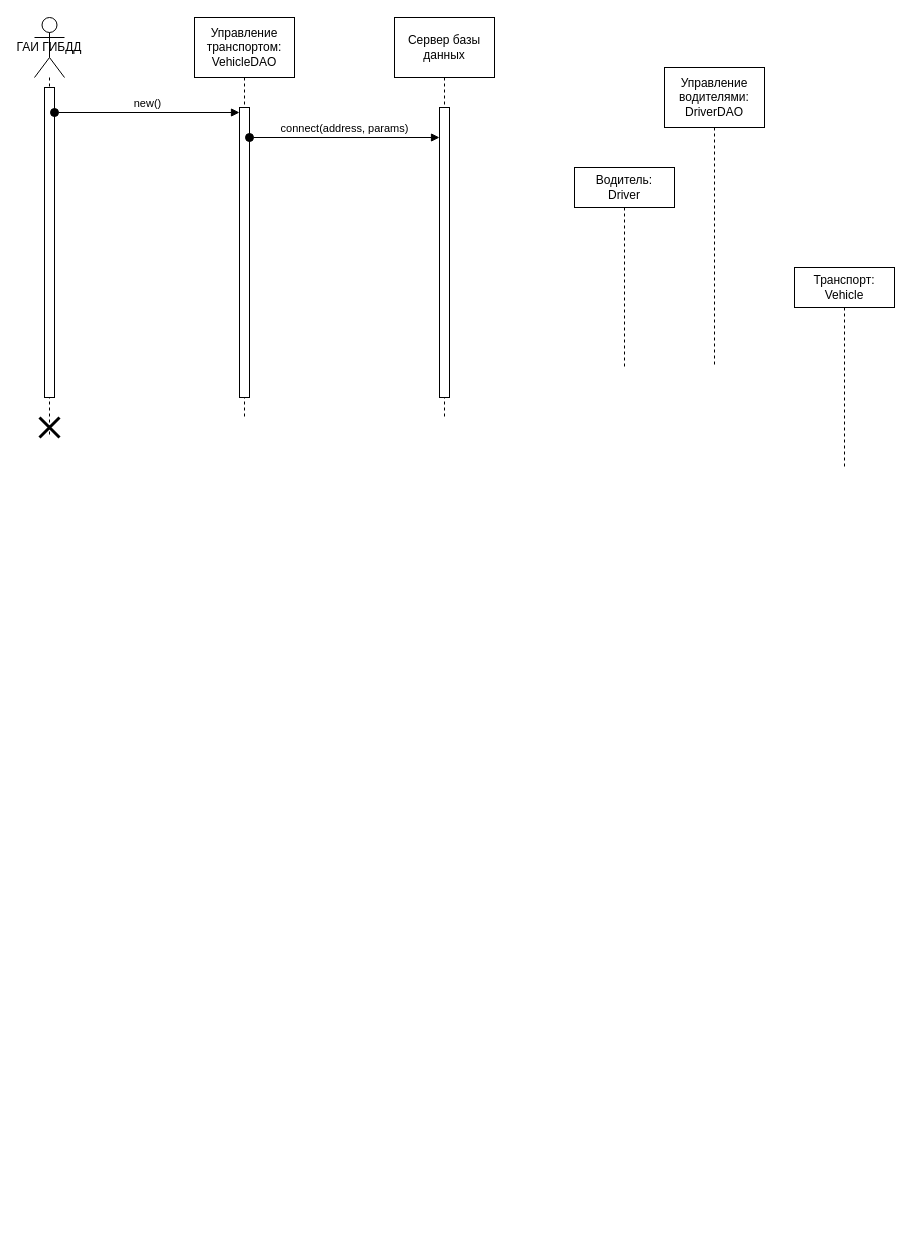
The draw.io diagram lab4.drawio in duahifnv/SystemsArchitecture, before the edit. Source tidied: cells renumbered, new cells numbered last; positions are measured from the earlier drawing's top-left corner, leaving out a move shared by most shapes. Both pictures are drawn from the tidied source at 100%, with x=0, y=0 at pixel (34, 17).
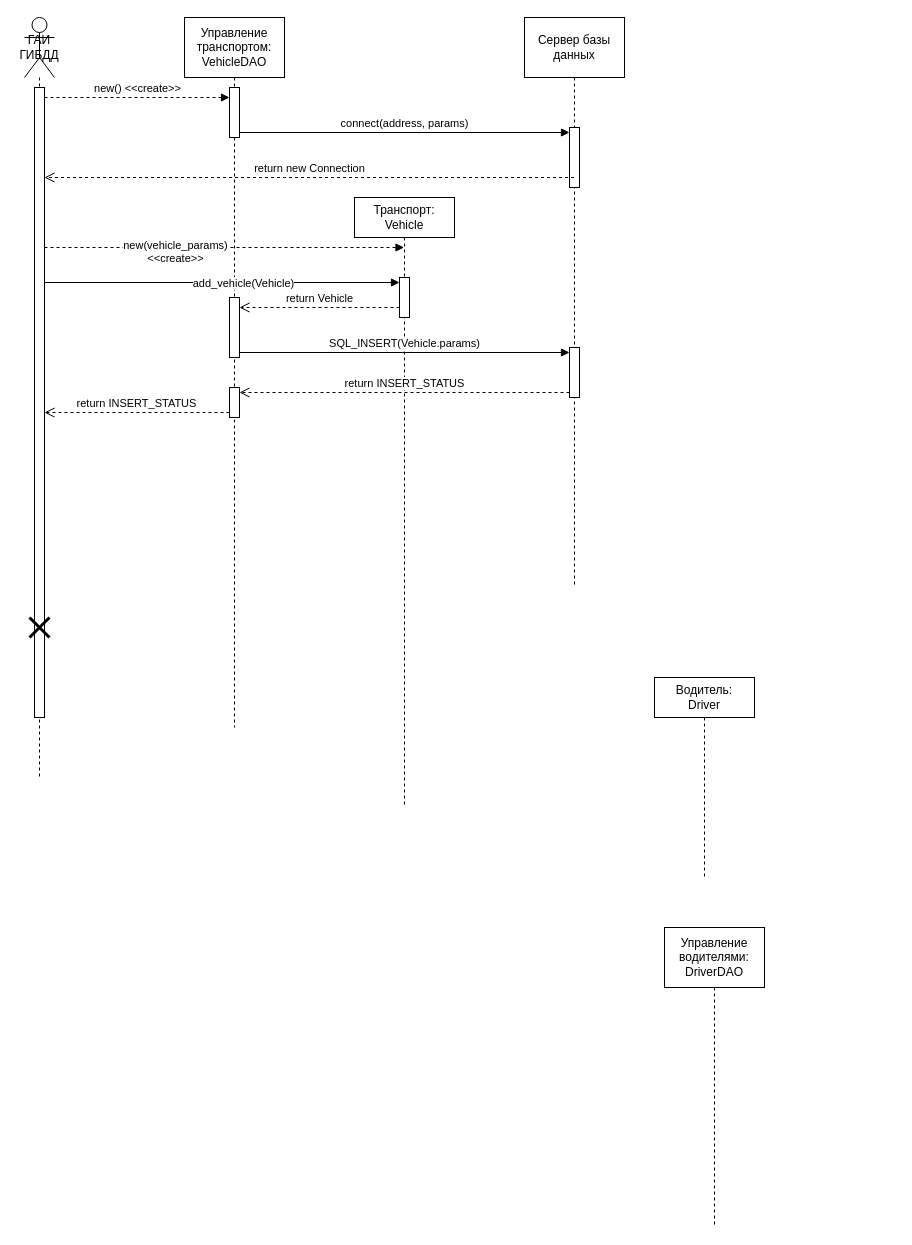
Above is the later version.

The edit, as a diff of the source:
```diff
@@
-    <mxCell id="2" value="&lt;span style=&quot;text-wrap: nowrap;&quot;&gt;ГАИ ГИБДД&lt;/span&gt;" style="shape=umlLifeline;perimeter=lifelinePerimeter;whiteSpace=wrap;html=1;newEdgeStyle={&quot;curved&quot;:0,&quot;rounded&quot;:0};participant=umlActor;size=60;" parent="1" vertex="1">
-      <mxGeometry width="30" height="420" as="geometry" />
+    <mxCell id="2" value="ГАИ ГИБДД" style="shape=umlLifeline;perimeter=lifelinePerimeter;whiteSpace=wrap;html=1;newEdgeStyle={&quot;curved&quot;:0,&quot;rounded&quot;:0};participant=umlActor;size=60;" parent="1" vertex="1">
+      <mxGeometry x="-10" width="30" height="760" as="geometry" />
     </mxCell>
     <mxCell id="3" style="html=1;points=[[0,0,0,0,5],[0,1,0,0,-5],[1,0,0,0,5],[1,1,0,0,-5]];perimeter=orthogonalPerimeter;outlineConnect=0;targetShapes=umlLifeline;portConstraint=eastwest;newEdgeStyle={&quot;curved&quot;:0,&quot;rounded&quot;:0};" parent="2" vertex="1">
-      <mxGeometry x="10" y="70" width="10" height="310" as="geometry" />
+      <mxGeometry x="10" y="70" width="10" height="630" as="geometry" />
     </mxCell>
     <mxCell id="4" style="shape=umlDestroy;whiteSpace=wrap;html=1;strokeWidth=3;targetShapes=umlLifeline;" parent="2" vertex="1">
-      <mxGeometry x="5" y="400" width="20" height="20" as="geometry" />
+      <mxGeometry x="5" y="600" width="20" height="20" as="geometry" />
     </mxCell>
     <mxCell id="5" value="Транспорт:&lt;div&gt;Vehicle&lt;/div&gt;" style="shape=umlLifeline;perimeter=lifelinePerimeter;whiteSpace=wrap;html=1;outlineConnect=0;portConstraint=eastwest;newEdgeStyle={&quot;curved&quot;:0,&quot;rounded&quot;:0};size=40;" parent="1" vertex="1">
-      <mxGeometry x="760" y="250" width="100" height="200" as="geometry" />
+      <mxGeometry x="320" y="180" width="100" height="610" as="geometry" />
     </mxCell>
+    <mxCell id="14" style="html=1;points=[[0,0,0,0,5],[0,1,0,0,-5],[1,0,0,0,5],[1,1,0,0,-5]];perimeter=orthogonalPerimeter;outlineConnect=0;targetShapes=umlLifeline;portConstraint=eastwest;newEdgeStyle={&quot;curved&quot;:0,&quot;rounded&quot;:0};" parent="5" vertex="1">
+      <mxGeometry x="45" y="80" width="10" height="40" as="geometry" />
+    </mxCell>
     <mxCell id="6" value="Управление транспортом:&lt;div&gt;VehicleDAO&lt;/div&gt;" style="shape=umlLifeline;perimeter=lifelinePerimeter;whiteSpace=wrap;html=1;newEdgeStyle={&quot;curved&quot;:0,&quot;rounded&quot;:0};size=60;" parent="1" vertex="1">
-      <mxGeometry x="160" width="100" height="400" as="geometry" />
+      <mxGeometry x="150" width="100" height="710" as="geometry" />
     </mxCell>
     <mxCell id="7" style="html=1;points=[[0,0,0,0,5],[0,1,0,0,-5],[1,0,0,0,5],[1,1,0,0,-5]];perimeter=orthogonalPerimeter;outlineConnect=0;targetShapes=umlLifeline;portConstraint=eastwest;newEdgeStyle={&quot;curved&quot;:0,&quot;rounded&quot;:0};" parent="6" vertex="1">
-      <mxGeometry x="45" y="90" width="10" height="290" as="geometry" />
+      <mxGeometry x="45" y="70" width="10" height="50" as="geometry" />
     </mxCell>
+    <mxCell id="15" style="html=1;points=[[0,0,0,0,5],[0,1,0,0,-5],[1,0,0,0,5],[1,1,0,0,-5]];perimeter=orthogonalPerimeter;outlineConnect=0;targetShapes=umlLifeline;portConstraint=eastwest;newEdgeStyle={&quot;curved&quot;:0,&quot;rounded&quot;:0};" parent="6" vertex="1">
+      <mxGeometry x="45" y="280" width="10" height="60" as="geometry" />
+    </mxCell>
+    <mxCell id="16" style="html=1;points=[[0,0,0,0,5],[0,1,0,0,-5],[1,0,0,0,5],[1,1,0,0,-5]];perimeter=orthogonalPerimeter;outlineConnect=0;targetShapes=umlLifeline;portConstraint=eastwest;newEdgeStyle={&quot;curved&quot;:0,&quot;rounded&quot;:0};" parent="6" vertex="1">
+      <mxGeometry x="45" y="370" width="10" height="30" as="geometry" />
+    </mxCell>
     <mxCell id="8" value="Водитель:&lt;div&gt;Driver&lt;/div&gt;" style="shape=umlLifeline;perimeter=lifelinePerimeter;whiteSpace=wrap;html=1;newEdgeStyle={&quot;curved&quot;:0,&quot;rounded&quot;:0};size=40;" parent="1" vertex="1">
-      <mxGeometry x="540" y="150" width="100" height="200" as="geometry" />
+      <mxGeometry x="620" y="660" width="100" height="200" as="geometry" />
     </mxCell>
     <mxCell id="9" value="Управление водителями:&lt;div&gt;DriverDAO&lt;/div&gt;" style="shape=umlLifeline;perimeter=lifelinePerimeter;whiteSpace=wrap;html=1;newEdgeStyle={&quot;curved&quot;:0,&quot;rounded&quot;:0};size=60;" parent="1" vertex="1">
-      <mxGeometry x="630" y="50" width="100" height="300" as="geometry" />
+      <mxGeometry x="630" y="910" width="100" height="300" as="geometry" />
     </mxCell>
-    <mxCell id="10" value="new()" style="html=1;verticalAlign=bottom;startArrow=oval;endArrow=block;startSize=8;curved=0;rounded=0;entryX=0;entryY=0;entryDx=0;entryDy=5;" parent="1" edge="1" source="3" target="7">
-      <mxGeometry relative="1" as="geometry" />
+    <mxCell id="10" value="new() &amp;lt;&amp;lt;create&amp;gt;&amp;gt;" style="html=1;verticalAlign=bottom;startArrow=none;endArrow=block;startSize=8;curved=0;rounded=0;startFill=0;dashed=1;" parent="1" edge="1" source="3" target="7">
+      <mxGeometry relative="1" as="geometry">
+        <Array as="points">
+          <mxPoint x="80" y="80" />
+        </Array>
+      </mxGeometry>
     </mxCell>
     <mxCell id="11" value="Сервер базы данных" style="shape=umlLifeline;perimeter=lifelinePerimeter;whiteSpace=wrap;html=1;outlineConnect=0;portConstraint=eastwest;newEdgeStyle={&quot;curved&quot;:0,&quot;rounded&quot;:0};size=60;" parent="1" vertex="1">
-      <mxGeometry x="360" width="100" height="400" as="geometry" />
+      <mxGeometry x="490" width="100" height="570" as="geometry" />
     </mxCell>
-    <mxCell id="12" style="html=1;perimeter=orthogonalPerimeter;targetShapes=umlLifeline;newEdgeStyle={&quot;curved&quot;:0,&quot;rounded&quot;:0};" parent="11" vertex="1">
-      <mxGeometry x="45" y="90" width="10" height="290" as="geometry" />
-    </mxCell>
+    <mxCell id="17" style="html=1;points=[[0,0,0,0,5],[0,1,0,0,-5],[1,0,0,0,5],[1,1,0,0,-5]];perimeter=orthogonalPerimeter;outlineConnect=0;targetShapes=umlLifeline;portConstraint=eastwest;newEdgeStyle={&quot;curved&quot;:0,&quot;rounded&quot;:0};" parent="11" vertex="1">
+      <mxGeometry x="45" y="110" width="10" height="60" as="geometry" />
+    </mxCell>
+    <mxCell id="18" style="html=1;points=[[0,0,0,0,5],[0,1,0,0,-5],[1,0,0,0,5],[1,1,0,0,-5]];perimeter=orthogonalPerimeter;outlineConnect=0;targetShapes=umlLifeline;portConstraint=eastwest;newEdgeStyle={&quot;curved&quot;:0,&quot;rounded&quot;:0};" parent="11" vertex="1">
+      <mxGeometry x="45" y="330" width="10" height="50" as="geometry" />
+    </mxCell>
-    <mxCell id="13" value="connect(address, params)" style="html=1;verticalAlign=bottom;startArrow=oval;startFill=1;endArrow=block;startSize=8;curved=0;rounded=0;exitX=1;exitY=0;exitDx=0;exitDy=5;exitPerimeter=0;entryX=0;entryY=0;entryDx=0;entryDy=5;entryPerimeter=0;" parent="1" edge="1">
-      <mxGeometry relative="1" as="geometry">
-        <mxPoint x="215" y="120" as="sourcePoint" />
-        <mxPoint x="405" y="120" as="targetPoint" />
-      </mxGeometry>
+    <mxCell id="13" value="connect(address, params)" style="html=1;verticalAlign=bottom;endArrow=block;curved=0;rounded=0;entryX=0;entryY=0;entryDx=0;entryDy=5;" parent="1" edge="1" source="7" target="17">
+      <mxGeometry relative="1" as="geometry" />
     </mxCell>
+    <mxCell id="19" value="return new Connection" style="html=1;verticalAlign=bottom;endArrow=open;dashed=1;endSize=8;curved=0;rounded=0;" parent="1" edge="1" source="11" target="3">
+      <mxGeometry relative="1" as="geometry">
+        <Array as="points">
+          <mxPoint x="250" y="160" />
+        </Array>
+      </mxGeometry>
+    </mxCell>
+    <mxCell id="20" value="new(vehicle_params)&lt;div&gt;&amp;lt;&amp;lt;create&amp;gt;&amp;gt;&lt;/div&gt;" style="html=1;verticalAlign=bottom;endArrow=block;curved=0;rounded=0;dashed=1;" parent="1" edge="1" source="3" target="5">
+      <mxGeometry x="-0.27" y="-20" relative="1" as="geometry">
+        <Array as="points">
+          <mxPoint x="290" y="230" />
+        </Array>
+      </mxGeometry>
+    </mxCell>
+    <mxCell id="21" style="html=1;verticalAlign=bottom;endArrow=block;curved=0;rounded=0;entryX=0;entryY=0;entryDx=0;entryDy=5;entryPerimeter=0;" parent="1" edge="1" source="3" target="14">
+      <mxGeometry x="-0.08" y="-20" relative="1" as="geometry" />
+    </mxCell>
+    <mxCell id="22" value="add_vehicle(Vehicle)" style="edgeLabel;html=1;align=center;verticalAlign=middle;" parent="21" vertex="1">
+      <mxGeometry x="0.2" y="2" relative="1" as="geometry">
+        <mxPoint x="-15" y="2" as="offset" />
+      </mxGeometry>
+    </mxCell>
+    <mxCell id="23" value="return Vehicle" style="html=1;verticalAlign=bottom;endArrow=open;dashed=1;endSize=8;curved=0;rounded=0;" parent="1" edge="1" source="14" target="15">
+      <mxGeometry relative="1" as="geometry">
+        <Array as="points">
+          <mxPoint x="240" y="290" />
+        </Array>
+      </mxGeometry>
+    </mxCell>
+    <mxCell id="24" value="SQL_INSERT(Vehicle.params)" style="html=1;verticalAlign=bottom;endArrow=block;curved=0;rounded=0;entryX=0;entryY=0;entryDx=0;entryDy=5;" parent="1" edge="1" source="15" target="18">
+      <mxGeometry relative="1" as="geometry" />
+    </mxCell>
+    <mxCell id="25" value="return INSERT_STATUS" style="html=1;verticalAlign=bottom;endArrow=open;dashed=1;endSize=8;curved=0;rounded=0;exitX=0;exitY=1;exitDx=0;exitDy=-5;entryX=1;entryY=0;entryDx=0;entryDy=5;entryPerimeter=0;" parent="1" edge="1" source="18" target="16">
+      <mxGeometry relative="1" as="geometry" />
+    </mxCell>
+    <mxCell id="26" value="return INSERT_STATUS" style="html=1;verticalAlign=bottom;endArrow=open;dashed=1;endSize=8;curved=0;rounded=0;exitX=0;exitY=1;exitDx=0;exitDy=-5;exitPerimeter=0;" parent="1" edge="1" source="16" target="3">
+      <mxGeometry relative="1" as="geometry" />
+    </mxCell>
```
